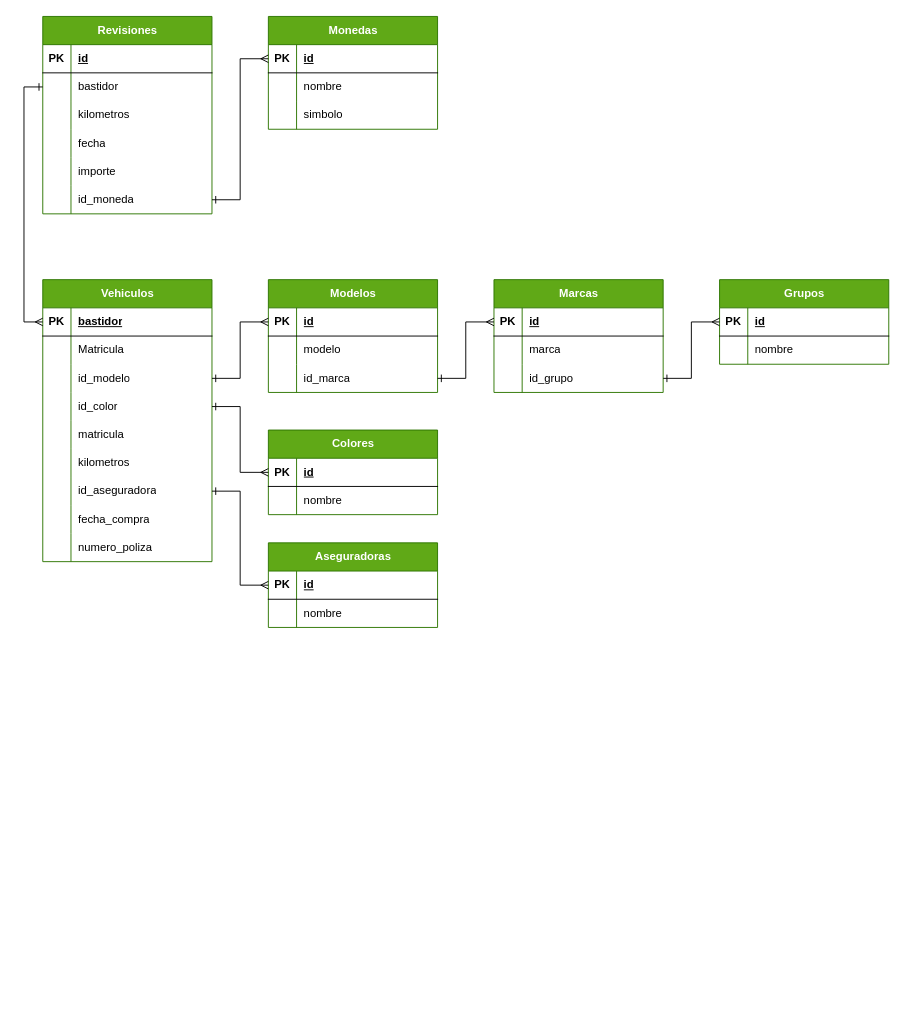
This is modelado.drawio from alextaboada/keepcoding-sql, a draw.io file, before an edit. Source tidied: cells renumbered, new cells numbered last; positions are measured from the earlier drawing's top-left corner, leaving out a move shared by most shapes. Both pictures are drawn from the tidied source at 94%, with x=0, y=0 at pixel (42, 16).
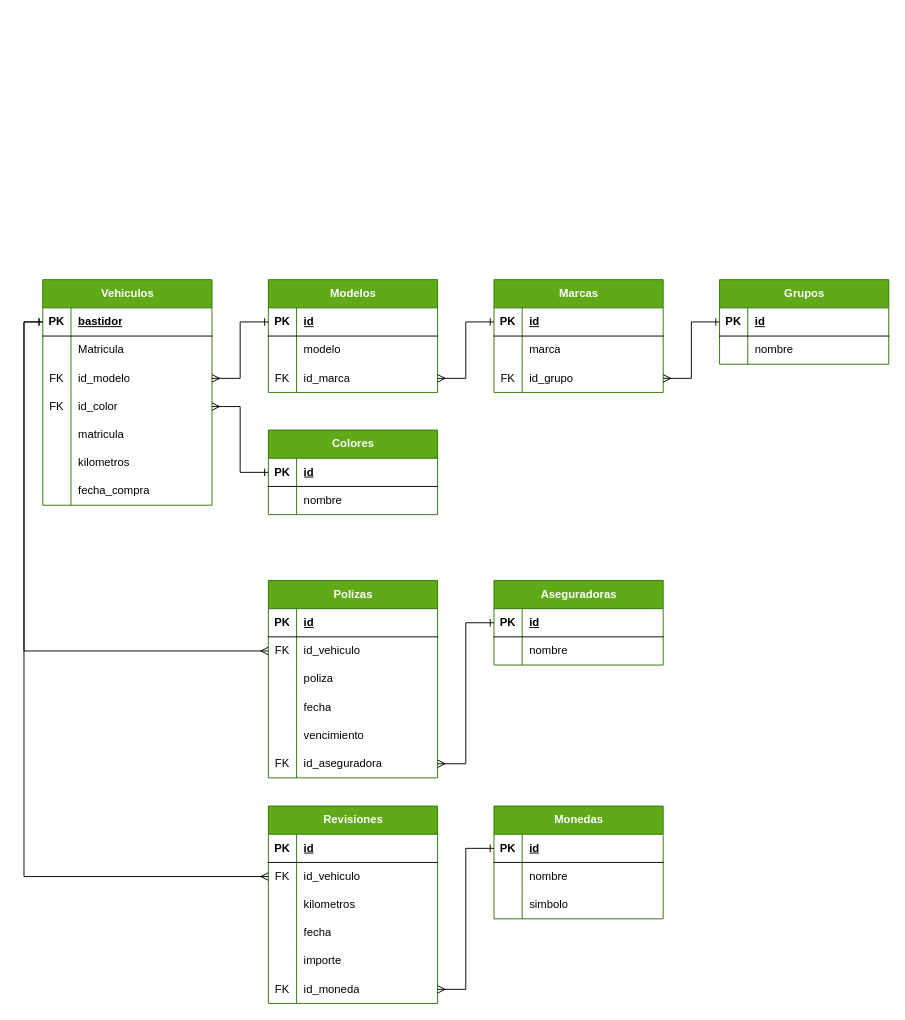
After the change.

Commit message:
FIX: modifications in model

Unchanged cells that the change refers to:
```xml
<mxCell id="3" style="shape=tableRow;horizontal=0;startSize=0;swimlaneHead=0;swimlaneBody=0;fillColor=none;points=[[0,0.5],[1,0.5]];portConstraint=eastwest;top=0;left=0;right=0;bottom=1;" parent="2" vertex="1">
  <mxGeometry y="30" width="180" height="30" as="geometry" />
</mxCell>
<mxCell id="9" style="shape=tableRow;horizontal=0;startSize=0;swimlaneHead=0;swimlaneBody=0;fillColor=none;points=[[0,0.5],[1,0.5]];portConstraint=eastwest;top=0;left=0;right=0;bottom=0;" parent="2" vertex="1">
  <mxGeometry y="90" width="180" height="30" as="geometry" />
</mxCell>
<mxCell id="12" style="shape=tableRow;horizontal=0;startSize=0;swimlaneHead=0;swimlaneBody=0;fillColor=none;points=[[0,0.5],[1,0.5]];portConstraint=eastwest;top=0;left=0;right=0;bottom=0;" parent="2" vertex="1">
  <mxGeometry y="120" width="180" height="30" as="geometry" />
</mxCell>
<mxCell id="31" style="shape=tableRow;horizontal=0;startSize=0;swimlaneHead=0;swimlaneBody=0;fillColor=none;points=[[0,0.5],[1,0.5]];portConstraint=eastwest;top=0;left=0;right=0;bottom=1;" parent="30" vertex="1">
  <mxGeometry y="30" width="180" height="30" as="geometry" />
</mxCell>
<mxCell id="37" style="shape=tableRow;horizontal=0;startSize=0;swimlaneHead=0;swimlaneBody=0;fillColor=none;points=[[0,0.5],[1,0.5]];portConstraint=eastwest;top=0;left=0;right=0;bottom=0;" parent="30" vertex="1">
  <mxGeometry y="90" width="180" height="30" as="geometry" />
</mxCell>
<mxCell id="41" style="shape=tableRow;horizontal=0;startSize=0;swimlaneHead=0;swimlaneBody=0;fillColor=none;points=[[0,0.5],[1,0.5]];portConstraint=eastwest;top=0;left=0;right=0;bottom=1;" parent="40" vertex="1">
  <mxGeometry y="30" width="180" height="30" as="geometry" />
</mxCell>
<mxCell id="48" style="shape=tableRow;horizontal=0;startSize=0;swimlaneHead=0;swimlaneBody=0;fillColor=none;points=[[0,0.5],[1,0.5]];portConstraint=eastwest;top=0;left=0;right=0;bottom=1;" parent="47" vertex="1">
  <mxGeometry y="30" width="180" height="30" as="geometry" />
</mxCell>
<mxCell id="54" style="shape=tableRow;horizontal=0;startSize=0;swimlaneHead=0;swimlaneBody=0;fillColor=none;points=[[0,0.5],[1,0.5]];portConstraint=eastwest;top=0;left=0;right=0;bottom=0;" parent="47" vertex="1">
  <mxGeometry y="90" width="180" height="30" as="geometry" />
</mxCell>
<mxCell id="58" style="shape=tableRow;horizontal=0;startSize=0;swimlaneHead=0;swimlaneBody=0;fillColor=none;points=[[0,0.5],[1,0.5]];portConstraint=eastwest;top=0;left=0;right=0;bottom=1;" parent="57" vertex="1">
  <mxGeometry y="30" width="180" height="30" as="geometry" />
</mxCell>
<mxCell id="65" style="shape=tableRow;horizontal=0;startSize=0;swimlaneHead=0;swimlaneBody=0;fillColor=none;points=[[0,0.5],[1,0.5]];portConstraint=eastwest;top=0;left=0;right=0;bottom=1;" parent="64" vertex="1">
  <mxGeometry y="30" width="180" height="30" as="geometry" />
</mxCell>
<mxCell id="87" style="shape=tableRow;horizontal=0;startSize=0;swimlaneHead=0;swimlaneBody=0;fillColor=none;points=[[0,0.5],[1,0.5]];portConstraint=eastwest;top=0;left=0;right=0;bottom=0;" parent="71" vertex="1">
  <mxGeometry y="180" width="180" height="30" as="geometry" />
</mxCell>
<mxCell id="91" style="shape=tableRow;horizontal=0;startSize=0;swimlaneHead=0;swimlaneBody=0;fillColor=none;points=[[0,0.5],[1,0.5]];portConstraint=eastwest;top=0;left=0;right=0;bottom=1;" parent="90" vertex="1">
  <mxGeometry y="30" width="180" height="30" as="geometry" />
</mxCell>
```

Diff of the diagram source:
```diff
@@
     <mxCell id="2" value="Vehiculos" style="shape=table;startSize=30;childLayout=tableLayout;rowLines=0;fontStyle=1;align=center;html=1;fillColor=#60a917;fontColor=#ffffff;strokeColor=#2D7600;" parent="1" vertex="1">
-      <mxGeometry y="280" width="180" height="300" as="geometry" />
+      <mxGeometry y="280" width="180" height="240" as="geometry" />
     </mxCell>
@@
-    <mxCell id="10" style="shape=partialRectangle;fillColor=none;top=0;left=0;bottom=0;right=0;overflow=hidden;whiteSpace=wrap;html=1;" parent="9" vertex="1">
+    <mxCell id="10" value="FK" style="shape=partialRectangle;fillColor=none;top=0;left=0;bottom=0;right=0;overflow=hidden;whiteSpace=wrap;html=1;" parent="9" vertex="1">
       <mxGeometry width="30" height="30" as="geometry" />
     </mxCell>
@@
-    <mxCell id="13" style="shape=partialRectangle;fillColor=none;top=0;left=0;bottom=0;right=0;overflow=hidden;whiteSpace=wrap;html=1;" parent="12" vertex="1">
+    <mxCell id="13" value="FK" style="shape=partialRectangle;fillColor=none;top=0;left=0;bottom=0;right=0;overflow=hidden;whiteSpace=wrap;html=1;" parent="12" vertex="1">
       <mxGeometry width="30" height="30" as="geometry" />
     </mxCell>
@@
-    <mxCell id="21" style="shape=tableRow;horizontal=0;startSize=0;swimlaneHead=0;swimlaneBody=0;fillColor=none;points=[[0,0.5],[1,0.5]];portConstraint=eastwest;top=0;left=0;right=0;bottom=0;" parent="2" vertex="1">
-      <mxGeometry y="210" width="180" height="30" as="geometry" />
-    </mxCell>
-    <mxCell id="22" style="shape=partialRectangle;fillColor=none;top=0;left=0;bottom=0;right=0;overflow=hidden;whiteSpace=wrap;html=1;" parent="21" vertex="1">
-      <mxGeometry width="30" height="30" as="geometry" />
-    </mxCell>
-    <mxCell id="23" value="id_aseguradora" style="shape=partialRectangle;fillColor=none;top=0;left=0;bottom=0;right=0;align=left;spacingLeft=6;overflow=hidden;whiteSpace=wrap;html=1;" parent="21" vertex="1">
-      <mxGeometry x="30" width="150" height="30" as="geometry" />
-    </mxCell>
     <mxCell id="24" style="shape=tableRow;horizontal=0;startSize=0;swimlaneHead=0;swimlaneBody=0;fillColor=none;top=0;left=0;right=0;bottom=0;" parent="2" vertex="1">
-      <mxGeometry y="240" width="180" height="30" as="geometry" />
+      <mxGeometry y="210" width="180" height="30" as="geometry" />
     </mxCell>
@@
-    <mxCell id="27" style="shape=tableRow;horizontal=0;startSize=0;swimlaneHead=0;swimlaneBody=0;fillColor=none;top=0;left=0;right=0;bottom=0;" parent="2" vertex="1">
-      <mxGeometry y="270" width="180" height="30" as="geometry" />
-    </mxCell>
-    <mxCell id="28" style="shape=partialRectangle;fillColor=none;top=0;left=0;bottom=0;right=0;overflow=hidden;whiteSpace=wrap;html=1;" parent="27" vertex="1">
-      <mxGeometry width="30" height="30" as="geometry" />
-    </mxCell>
-    <mxCell id="29" value="numero_poliza" style="shape=partialRectangle;fillColor=none;top=0;left=0;bottom=0;right=0;align=left;spacingLeft=6;overflow=hidden;whiteSpace=wrap;html=1;" parent="27" vertex="1">
-      <mxGeometry x="30" width="150" height="30" as="geometry" />
-    </mxCell>
@@
-    <mxCell id="38" style="shape=partialRectangle;fillColor=none;top=0;left=0;bottom=0;right=0;overflow=hidden;whiteSpace=wrap;html=1;" parent="37" vertex="1">
+    <mxCell id="38" value="FK" style="shape=partialRectangle;fillColor=none;top=0;left=0;bottom=0;right=0;overflow=hidden;whiteSpace=wrap;html=1;" parent="37" vertex="1">
       <mxGeometry width="30" height="30" as="geometry" />
     </mxCell>
@@
-    <mxCell id="55" style="shape=partialRectangle;fillColor=none;top=0;left=0;bottom=0;right=0;overflow=hidden;whiteSpace=wrap;html=1;" parent="54" vertex="1">
+    <mxCell id="55" value="FK" style="shape=partialRectangle;fillColor=none;top=0;left=0;bottom=0;right=0;overflow=hidden;whiteSpace=wrap;html=1;" parent="54" vertex="1">
       <mxGeometry width="30" height="30" as="geometry" />
     </mxCell>
@@
     <mxCell id="64" value="Aseguradoras" style="shape=table;startSize=30;childLayout=tableLayout;rowLines=0;fontStyle=1;align=center;html=1;fillColor=#60a917;fontColor=#ffffff;strokeColor=#2D7600;" parent="1" vertex="1">
-      <mxGeometry x="240" y="560" width="180" height="90" as="geometry" />
+      <mxGeometry x="480" y="600" width="180" height="90" as="geometry" />
     </mxCell>
@@
     <mxCell id="71" value="Revisiones" style="shape=table;startSize=30;childLayout=tableLayout;rowLines=0;fontStyle=1;align=center;html=1;fillColor=#60a917;fontColor=#ffffff;strokeColor=#2D7600;" parent="1" vertex="1">
-      <mxGeometry width="180" height="210" as="geometry" />
+      <mxGeometry x="240" y="840" width="180" height="210" as="geometry" />
     </mxCell>
@@
-    <mxCell id="75" style="shape=tableRow;horizontal=0;startSize=0;swimlaneHead=0;swimlaneBody=0;fillColor=none;points=[[0,0.5],[1,0.5]];portConstraint=eastwest;top=0;left=0;right=0;bottom=0;" parent="71" vertex="1">
-      <mxGeometry y="60" width="180" height="30" as="geometry" />
-    </mxCell>
-    <mxCell id="76" style="shape=partialRectangle;fillColor=none;top=0;left=0;bottom=0;right=0;overflow=hidden;whiteSpace=wrap;html=1;" parent="75" vertex="1">
-      <mxGeometry width="30" height="30" as="geometry" />
-    </mxCell>
-    <mxCell id="77" value="bastidor" style="shape=partialRectangle;fillColor=none;top=0;left=0;bottom=0;right=0;align=left;spacingLeft=6;overflow=hidden;whiteSpace=wrap;html=1;" parent="75" vertex="1">
-      <mxGeometry x="30" width="150" height="30" as="geometry" />
-    </mxCell>
+    <mxCell id="107" style="shape=tableRow;horizontal=0;startSize=0;swimlaneHead=0;swimlaneBody=0;fillColor=none;points=[[0,0.5],[1,0.5]];portConstraint=eastwest;top=0;left=0;right=0;bottom=0;" parent="71" vertex="1">
+      <mxGeometry y="60" width="180" height="30" as="geometry" />
+    </mxCell>
+    <mxCell id="108" value="FK" style="shape=partialRectangle;fillColor=none;top=0;left=0;bottom=0;right=0;overflow=hidden;whiteSpace=wrap;html=1;" parent="107" vertex="1">
+      <mxGeometry width="30" height="30" as="geometry" />
+    </mxCell>
+    <mxCell id="109" value="id_vehiculo" style="shape=partialRectangle;fillColor=none;top=0;left=0;bottom=0;right=0;align=left;spacingLeft=6;overflow=hidden;whiteSpace=wrap;html=1;" parent="107" vertex="1">
+      <mxGeometry x="30" width="150" height="30" as="geometry" />
+    </mxCell>
@@
-    <mxCell id="88" style="shape=partialRectangle;fillColor=none;top=0;left=0;bottom=0;right=0;overflow=hidden;whiteSpace=wrap;html=1;" parent="87" vertex="1">
+    <mxCell id="88" value="FK" style="shape=partialRectangle;fillColor=none;top=0;left=0;bottom=0;right=0;overflow=hidden;whiteSpace=wrap;html=1;" parent="87" vertex="1">
       <mxGeometry width="30" height="30" as="geometry" />
     </mxCell>
@@
     <mxCell id="90" value="Monedas" style="shape=table;startSize=30;childLayout=tableLayout;rowLines=0;fontStyle=1;align=center;html=1;fillColor=#60a917;fontColor=#ffffff;strokeColor=#2D7600;" parent="1" vertex="1">
-      <mxGeometry x="240" width="180" height="120" as="geometry" />
+      <mxGeometry x="480" y="840" width="180" height="120" as="geometry" />
     </mxCell>
@@
-    <mxCell id="100" style="edgeStyle=orthogonalEdgeStyle;rounded=0;jettySize=auto;html=1;exitX=1;exitY=0.5;exitDx=0;exitDy=0;entryX=0;entryY=0.5;entryDx=0;entryDy=0;endArrow=ERmany;endFill=0;startArrow=ERone;startFill=0;" parent="1" edge="1" source="9" target="48">
+    <mxCell id="100" style="edgeStyle=orthogonalEdgeStyle;rounded=0;jettySize=auto;html=1;exitX=1;exitY=0.5;exitDx=0;exitDy=0;entryX=0;entryY=0.5;entryDx=0;entryDy=0;endArrow=ERone;endFill=0;startArrow=ERmany;startFill=0;" parent="1" edge="1" source="9" target="48">
       <mxGeometry relative="1" as="geometry" />
     </mxCell>
-    <mxCell id="101" style="edgeStyle=orthogonalEdgeStyle;rounded=0;jettySize=auto;html=1;exitX=1;exitY=0.5;exitDx=0;exitDy=0;entryX=0;entryY=0.5;entryDx=0;entryDy=0;startArrow=ERone;startFill=0;endArrow=ERmany;endFill=0;" parent="1" edge="1" source="12" target="58">
+    <mxCell id="101" style="edgeStyle=orthogonalEdgeStyle;rounded=0;jettySize=auto;html=1;exitX=1;exitY=0.5;exitDx=0;exitDy=0;entryX=0;entryY=0.5;entryDx=0;entryDy=0;startArrow=ERmany;startFill=0;endArrow=ERone;endFill=0;" parent="1" edge="1" source="12" target="58">
       <mxGeometry relative="1" as="geometry" />
     </mxCell>
-    <mxCell id="102" style="edgeStyle=orthogonalEdgeStyle;rounded=0;jettySize=auto;html=1;exitX=1;exitY=0.5;exitDx=0;exitDy=0;entryX=0;entryY=0.5;entryDx=0;entryDy=0;startArrow=ERone;startFill=0;endArrow=ERmany;endFill=0;" parent="1" edge="1" source="21" target="65">
-      <mxGeometry relative="1" as="geometry" />
-    </mxCell>
-    <mxCell id="103" style="edgeStyle=orthogonalEdgeStyle;rounded=0;jettySize=auto;html=1;exitX=1;exitY=0.5;exitDx=0;exitDy=0;entryX=0;entryY=0.5;entryDx=0;entryDy=0;startArrow=ERone;startFill=0;endArrow=ERmany;endFill=0;" parent="1" edge="1" source="54" target="31">
+    <mxCell id="103" style="edgeStyle=orthogonalEdgeStyle;rounded=0;jettySize=auto;html=1;exitX=1;exitY=0.5;exitDx=0;exitDy=0;entryX=0;entryY=0.5;entryDx=0;entryDy=0;startArrow=ERmany;startFill=0;endArrow=ERone;endFill=0;" parent="1" edge="1" source="54" target="31">
       <mxGeometry relative="1" as="geometry" />
     </mxCell>
-    <mxCell id="104" style="edgeStyle=orthogonalEdgeStyle;rounded=0;jettySize=auto;html=1;exitX=1;exitY=0.5;exitDx=0;exitDy=0;entryX=0;entryY=0.5;entryDx=0;entryDy=0;startArrow=ERone;startFill=0;endArrow=ERmany;endFill=0;" parent="1" edge="1" source="37" target="41">
+    <mxCell id="104" style="edgeStyle=orthogonalEdgeStyle;rounded=0;jettySize=auto;html=1;exitX=1;exitY=0.5;exitDx=0;exitDy=0;entryX=0;entryY=0.5;entryDx=0;entryDy=0;startArrow=ERmany;startFill=0;endArrow=ERone;endFill=0;" parent="1" edge="1" source="37" target="41">
       <mxGeometry relative="1" as="geometry" />
     </mxCell>
-    <mxCell id="105" style="edgeStyle=orthogonalEdgeStyle;rounded=0;jettySize=auto;html=1;exitX=1;exitY=0.5;exitDx=0;exitDy=0;entryX=0;entryY=0.5;entryDx=0;entryDy=0;startArrow=ERone;startFill=0;endArrow=ERmany;endFill=0;" parent="1" edge="1" source="87" target="91">
+    <mxCell id="105" style="edgeStyle=orthogonalEdgeStyle;rounded=0;jettySize=auto;html=1;exitX=1;exitY=0.5;exitDx=0;exitDy=0;entryX=0;entryY=0.5;entryDx=0;entryDy=0;startArrow=ERmany;startFill=0;endArrow=ERone;endFill=0;" parent="1" edge="1" source="87" target="91">
       <mxGeometry relative="1" as="geometry" />
     </mxCell>
-    <mxCell id="106" style="edgeStyle=orthogonalEdgeStyle;rounded=0;jettySize=auto;html=1;exitX=0;exitY=0.5;exitDx=0;exitDy=0;entryX=0;entryY=0.5;entryDx=0;entryDy=0;startArrow=ERone;startFill=0;endArrow=ERmany;endFill=0;" parent="1" edge="1" source="75" target="3">
-      <mxGeometry relative="1" as="geometry" />
-    </mxCell>
+    <mxCell id="110" value="Polizas" style="shape=table;startSize=30;childLayout=tableLayout;rowLines=0;fontStyle=1;align=center;html=1;fillColor=#60a917;fontColor=#ffffff;strokeColor=#2D7600;" parent="1" vertex="1">
+      <mxGeometry x="240" y="600" width="180" height="210" as="geometry" />
+    </mxCell>
+    <mxCell id="111" style="shape=tableRow;horizontal=0;startSize=0;swimlaneHead=0;swimlaneBody=0;fillColor=none;top=0;left=0;right=0;bottom=1;" parent="110" vertex="1">
+      <mxGeometry y="30" width="180" height="30" as="geometry" />
+    </mxCell>
+    <mxCell id="112" value="PK" style="shape=partialRectangle;fillColor=none;top=0;left=0;bottom=0;right=0;fontStyle=1;overflow=hidden;whiteSpace=wrap;html=1;" parent="111" vertex="1">
+      <mxGeometry width="30" height="30" as="geometry" />
+    </mxCell>
+    <mxCell id="113" value="id" style="shape=partialRectangle;fillColor=none;top=0;left=0;bottom=0;right=0;align=left;spacingLeft=6;fontStyle=5;overflow=hidden;whiteSpace=wrap;html=1;" parent="111" vertex="1">
+      <mxGeometry x="30" width="150" height="30" as="geometry" />
+    </mxCell>
+    <mxCell id="114" style="shape=tableRow;horizontal=0;startSize=0;swimlaneHead=0;swimlaneBody=0;fillColor=none;points=[[0,0.5],[1,0.5]];portConstraint=eastwest;top=0;left=0;right=0;bottom=0;" parent="110" vertex="1">
+      <mxGeometry y="60" width="180" height="30" as="geometry" />
+    </mxCell>
+    <mxCell id="115" value="FK" style="shape=partialRectangle;fillColor=none;top=0;left=0;bottom=0;right=0;overflow=hidden;whiteSpace=wrap;html=1;" parent="114" vertex="1">
+      <mxGeometry width="30" height="30" as="geometry" />
+    </mxCell>
+    <mxCell id="116" value="id_vehiculo" style="shape=partialRectangle;fillColor=none;top=0;left=0;bottom=0;right=0;align=left;spacingLeft=6;overflow=hidden;whiteSpace=wrap;html=1;" parent="114" vertex="1">
+      <mxGeometry x="30" width="150" height="30" as="geometry" />
+    </mxCell>
+    <mxCell id="117" style="shape=tableRow;horizontal=0;startSize=0;swimlaneHead=0;swimlaneBody=0;fillColor=none;top=0;left=0;right=0;bottom=0;" parent="110" vertex="1">
+      <mxGeometry y="90" width="180" height="30" as="geometry" />
+    </mxCell>
+    <mxCell id="118" style="shape=partialRectangle;fillColor=none;top=0;left=0;bottom=0;right=0;overflow=hidden;whiteSpace=wrap;html=1;" parent="117" vertex="1">
+      <mxGeometry width="30" height="30" as="geometry" />
+    </mxCell>
+    <mxCell id="119" value="poliza" style="shape=partialRectangle;fillColor=none;top=0;left=0;bottom=0;right=0;align=left;spacingLeft=6;overflow=hidden;whiteSpace=wrap;html=1;" parent="117" vertex="1">
+      <mxGeometry x="30" width="150" height="30" as="geometry" />
+    </mxCell>
+    <mxCell id="120" style="shape=tableRow;horizontal=0;startSize=0;swimlaneHead=0;swimlaneBody=0;fillColor=none;top=0;left=0;right=0;bottom=0;" parent="110" vertex="1">
+      <mxGeometry y="120" width="180" height="30" as="geometry" />
+    </mxCell>
+    <mxCell id="121" style="shape=partialRectangle;fillColor=none;top=0;left=0;bottom=0;right=0;overflow=hidden;whiteSpace=wrap;html=1;" parent="120" vertex="1">
+      <mxGeometry width="30" height="30" as="geometry" />
+    </mxCell>
+    <mxCell id="122" value="fecha" style="shape=partialRectangle;fillColor=none;top=0;left=0;bottom=0;right=0;align=left;spacingLeft=6;overflow=hidden;whiteSpace=wrap;html=1;" parent="120" vertex="1">
+      <mxGeometry x="30" width="150" height="30" as="geometry" />
+    </mxCell>
+    <mxCell id="123" style="shape=tableRow;horizontal=0;startSize=0;swimlaneHead=0;swimlaneBody=0;fillColor=none;top=0;left=0;right=0;bottom=0;" parent="110" vertex="1">
+      <mxGeometry y="150" width="180" height="30" as="geometry" />
+    </mxCell>
+    <mxCell id="124" style="shape=partialRectangle;fillColor=none;top=0;left=0;bottom=0;right=0;overflow=hidden;whiteSpace=wrap;html=1;" parent="123" vertex="1">
+      <mxGeometry width="30" height="30" as="geometry" />
+    </mxCell>
+    <mxCell id="125" value="vencimiento" style="shape=partialRectangle;fillColor=none;top=0;left=0;bottom=0;right=0;align=left;spacingLeft=6;overflow=hidden;whiteSpace=wrap;html=1;" parent="123" vertex="1">
+      <mxGeometry x="30" width="150" height="30" as="geometry" />
+    </mxCell>
+    <mxCell id="126" style="shape=tableRow;horizontal=0;startSize=0;swimlaneHead=0;swimlaneBody=0;fillColor=none;points=[[0,0.5],[1,0.5]];portConstraint=eastwest;top=0;left=0;right=0;bottom=0;" parent="110" vertex="1">
+      <mxGeometry y="180" width="180" height="30" as="geometry" />
+    </mxCell>
+    <mxCell id="127" value="FK" style="shape=partialRectangle;fillColor=none;top=0;left=0;bottom=0;right=0;overflow=hidden;whiteSpace=wrap;html=1;" parent="126" vertex="1">
+      <mxGeometry width="30" height="30" as="geometry" />
+    </mxCell>
+    <mxCell id="23" value="id_aseguradora" style="shape=partialRectangle;fillColor=none;top=0;left=0;bottom=0;right=0;align=left;spacingLeft=6;overflow=hidden;whiteSpace=wrap;html=1;" parent="126" vertex="1">
+      <mxGeometry x="30" width="150" height="30" as="geometry" />
+    </mxCell>
+    <mxCell id="128" style="edgeStyle=orthogonalEdgeStyle;rounded=0;jettySize=auto;html=1;exitX=0;exitY=0.5;exitDx=0;exitDy=0;entryX=0;entryY=0.5;entryDx=0;entryDy=0;startArrow=ERone;startFill=0;endArrow=ERmany;endFill=0;" parent="1" edge="1" source="3" target="114">
+      <mxGeometry relative="1" as="geometry" />
+    </mxCell>
+    <mxCell id="129" style="edgeStyle=orthogonalEdgeStyle;rounded=0;jettySize=auto;html=1;exitX=0;exitY=0.5;exitDx=0;exitDy=0;entryX=0;entryY=0.5;entryDx=0;entryDy=0;startArrow=ERone;startFill=0;endArrow=ERmany;endFill=0;" parent="1" edge="1" source="3" target="107">
+      <mxGeometry relative="1" as="geometry" />
+    </mxCell>
+    <mxCell id="130" style="edgeStyle=orthogonalEdgeStyle;rounded=0;jettySize=auto;html=1;exitX=0;exitY=0.5;exitDx=0;exitDy=0;entryX=1;entryY=0.5;entryDx=0;entryDy=0;startArrow=ERone;startFill=0;endArrow=ERmany;endFill=0;" parent="1" edge="1" source="65" target="126">
+      <mxGeometry relative="1" as="geometry" />
+    </mxCell>
```
